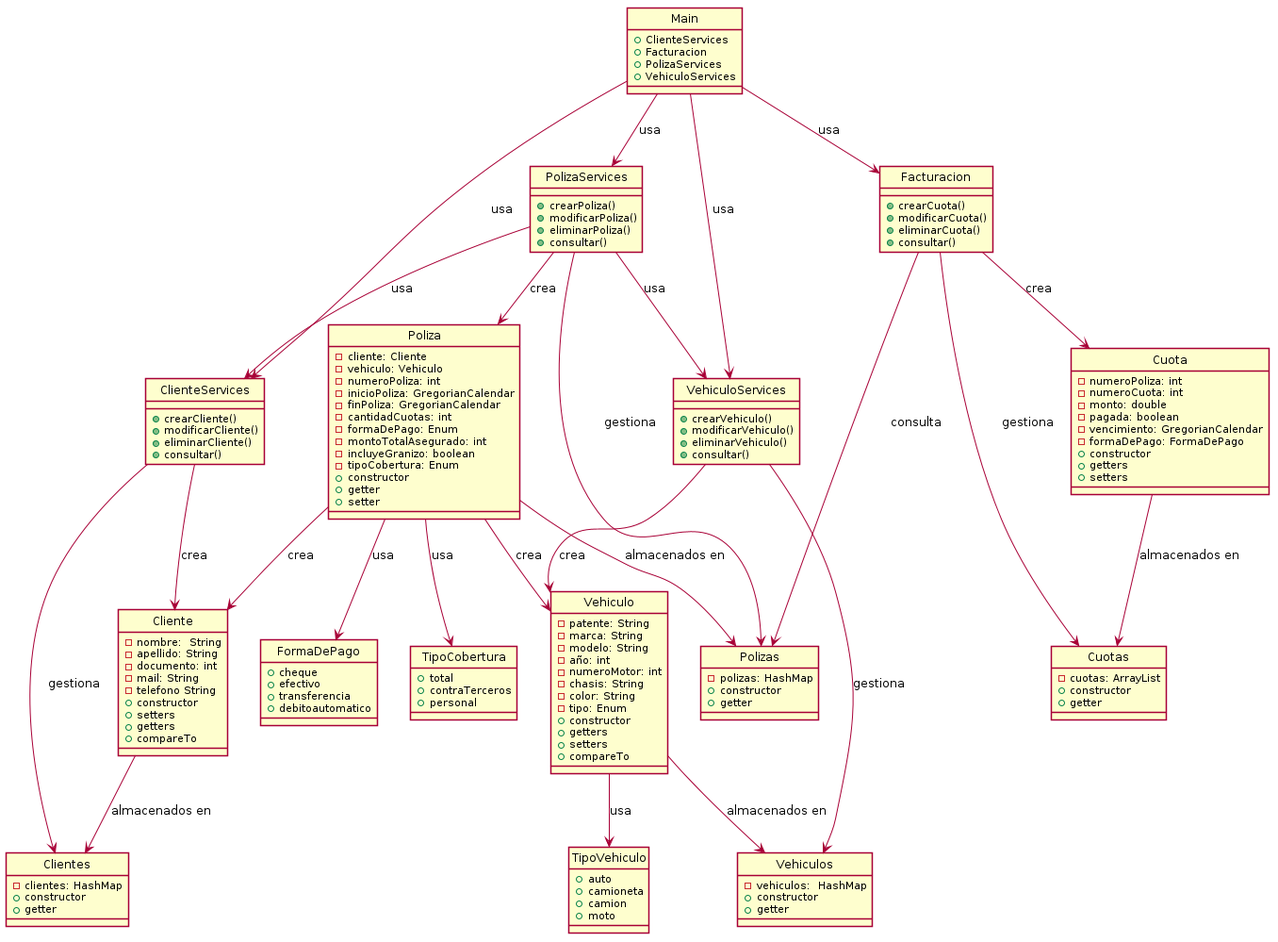
Earlier version of the PlantUML export out/latercera/latercera.png (emiestevarena/Integrador2).
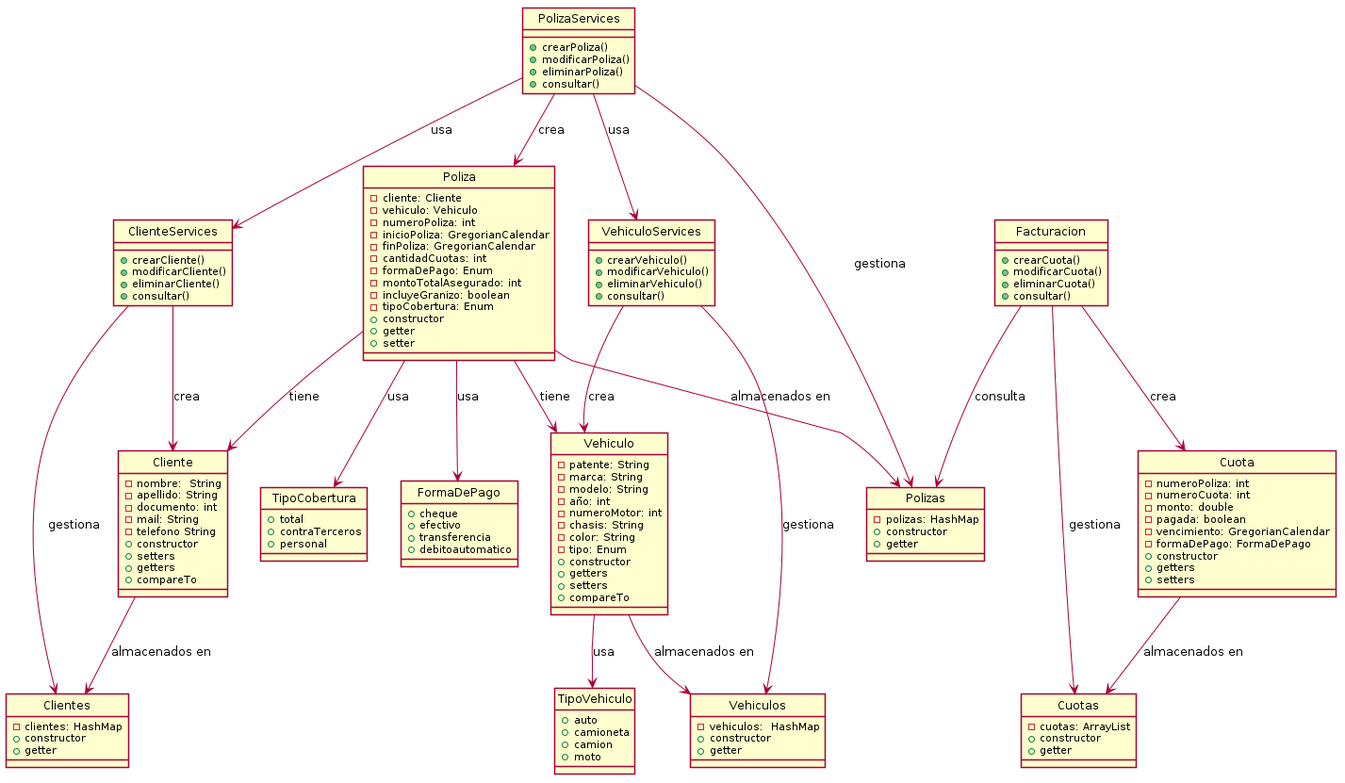
After the change.

Commit message:
extending polizaservices

Diff of the diagram source:
```diff
@@ -125,13 +125,6 @@
     +consultar()
 }
 
-class Main{
-    +ClienteServices
-    +Facturacion
-    +PolizaServices
-    +VehiculoServices
-}
-
 Cliente --> Clientes :almacenados en
 ClienteServices --> Cliente :crea
 ClienteServices --> Clientes :gestiona
@@ -139,12 +132,8 @@
 Facturacion --> Cuota :crea
 Facturacion --> Cuotas :gestiona
 Facturacion --> Polizas :consulta
-Main --> Facturacion :usa
-Main -->PolizaServices:usa
-Main -->ClienteServices :usa
-Main -->VehiculoServices :usa
-Poliza --> Cliente :crea
-Poliza --> Vehiculo :crea
+Poliza --> Cliente :tiene
+Poliza --> Vehiculo :tiene
 Poliza --> FormaDePago :usa
 Poliza --> TipoCobertura :usa
 Poliza --> Polizas :almacenados en
```
